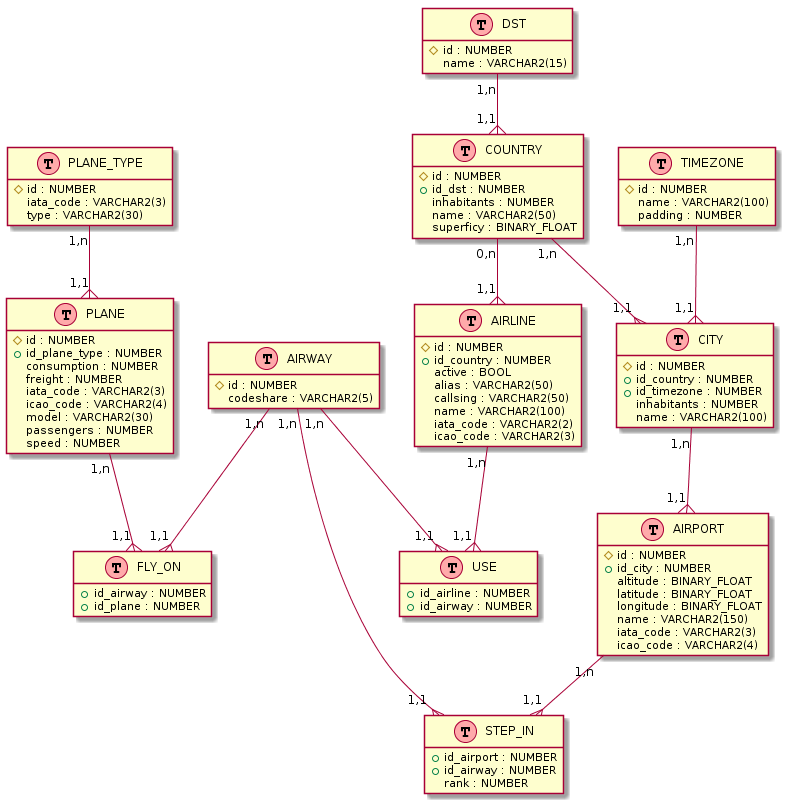
This is resources/database/conception/modelization/modelisation.png from pBouillon/OpenFlightStatisticsAggregator, a PlantUML export, as it was before one commit.
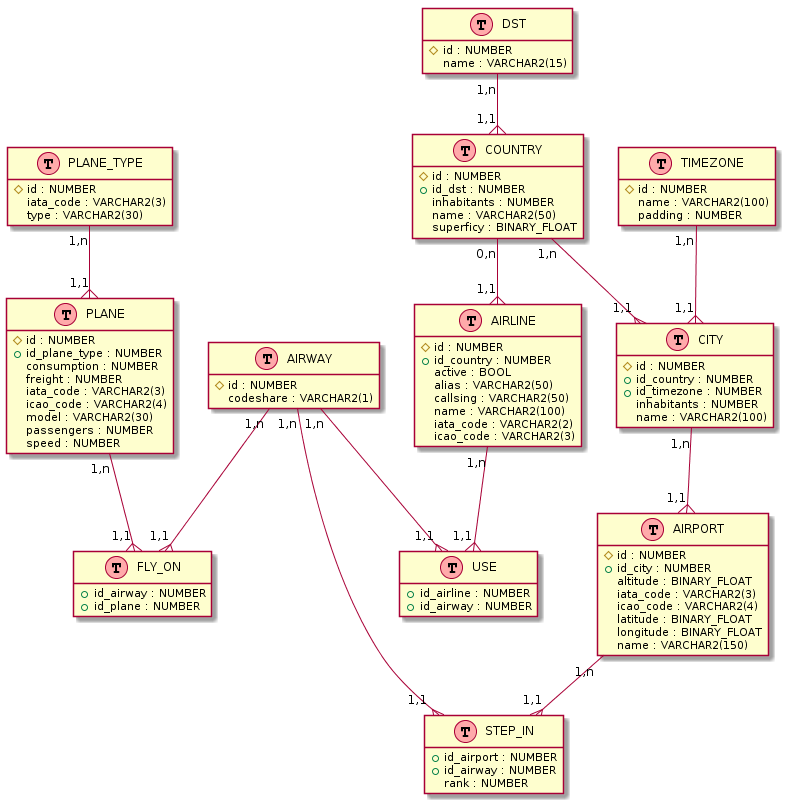
After the commit.

What changed in the source:
```diff
@@ -3,31 +3,16 @@
 hide methods
 hide stereotypes
 
-class COUNTRY << (T,#FFAAAA) >> {
+
+class AIRWAY << (T,#FFAAAA) >> {
     {field} #id : NUMBER
-    {field} +id_dst : NUMBER
-    {field} inhabitants : NUMBER
-    {field} name : VARCHAR2(50)
-    {field} superficy : BINARY_FLOAT
+    {field} codeshare : VARCHAR2(1)
 }
 
 class DST << (T,#FFAAAA) >> {
     {field} #id : NUMBER
     {field} name : VARCHAR2(15)
 }
-
-class PLANE << (T,#FFAAAA) >> {
-    {field} #id : NUMBER
-    {field} +id_plane_type : NUMBER
-    {field} consumption : NUMBER
-    {field} freight : NUMBER
-    {field} iata_code : VARCHAR2(3)
-    {field} icao_code : VARCHAR2(4)
-    {field} model : VARCHAR2(30)
-    {field} passengers : NUMBER
-    {field} speed : NUMBER
-}
-
 
 class PLANE_TYPE << (T,#FFAAAA) >> {
     {field} #id : NUMBER
@@ -57,12 +42,31 @@
     {field} #id : NUMBER
     {field} +id_city : NUMBER
     {field} altitude : BINARY_FLOAT
+    {field} iata_code : VARCHAR2(3)
+    {field} icao_code : VARCHAR2(4)
     {field} latitude : BINARY_FLOAT
     {field} longitude : BINARY_FLOAT
     {field} name : VARCHAR2(150)
+}
+
+class COUNTRY << (T,#FFAAAA) >> {
+    {field} #id : NUMBER
+    {field} +id_dst : NUMBER
+    {field} inhabitants : NUMBER
+    {field} name : VARCHAR2(50)
+    {field} superficy : BINARY_FLOAT
+}
+
+class PLANE << (T,#FFAAAA) >> {
+    {field} #id : NUMBER
+    {field} +id_plane_type : NUMBER
+    {field} consumption : NUMBER
+    {field} freight : NUMBER
     {field} iata_code : VARCHAR2(3)
     {field} icao_code : VARCHAR2(4)
-
+    {field} model : VARCHAR2(30)
+    {field} passengers : NUMBER
+    {field} speed : NUMBER
 }
 
 class CITY << (T,#FFAAAA) >> {
@@ -73,14 +77,9 @@
     {field} name : VARCHAR2(100)
 }
 
-class AIRWAY << (T,#FFAAAA) >> {
-    {field} #id : NUMBER
-    {field} codeshare : VARCHAR2(5)
-}
-
-class USE << (T,#FFAAAA) >> {
-    {field} +id_airline : NUMBER
+class FLY_ON << (T,#FFAAAA) >> {
     {field} +id_airway : NUMBER
+    {field} +id_plane : NUMBER
 }
 
 class STEP_IN << (T,#FFAAAA) >> {
@@ -89,10 +88,11 @@
     {field} rank : NUMBER
 }
 
-class FLY_ON << (T,#FFAAAA) >> {
+class USE << (T,#FFAAAA) >> {
+    {field} +id_airline : NUMBER
     {field} +id_airway : NUMBER
-    {field} +id_plane : NUMBER
 }
+
 
 AIRPORT "1,n" --{ "1,1" STEP_IN
 
```
